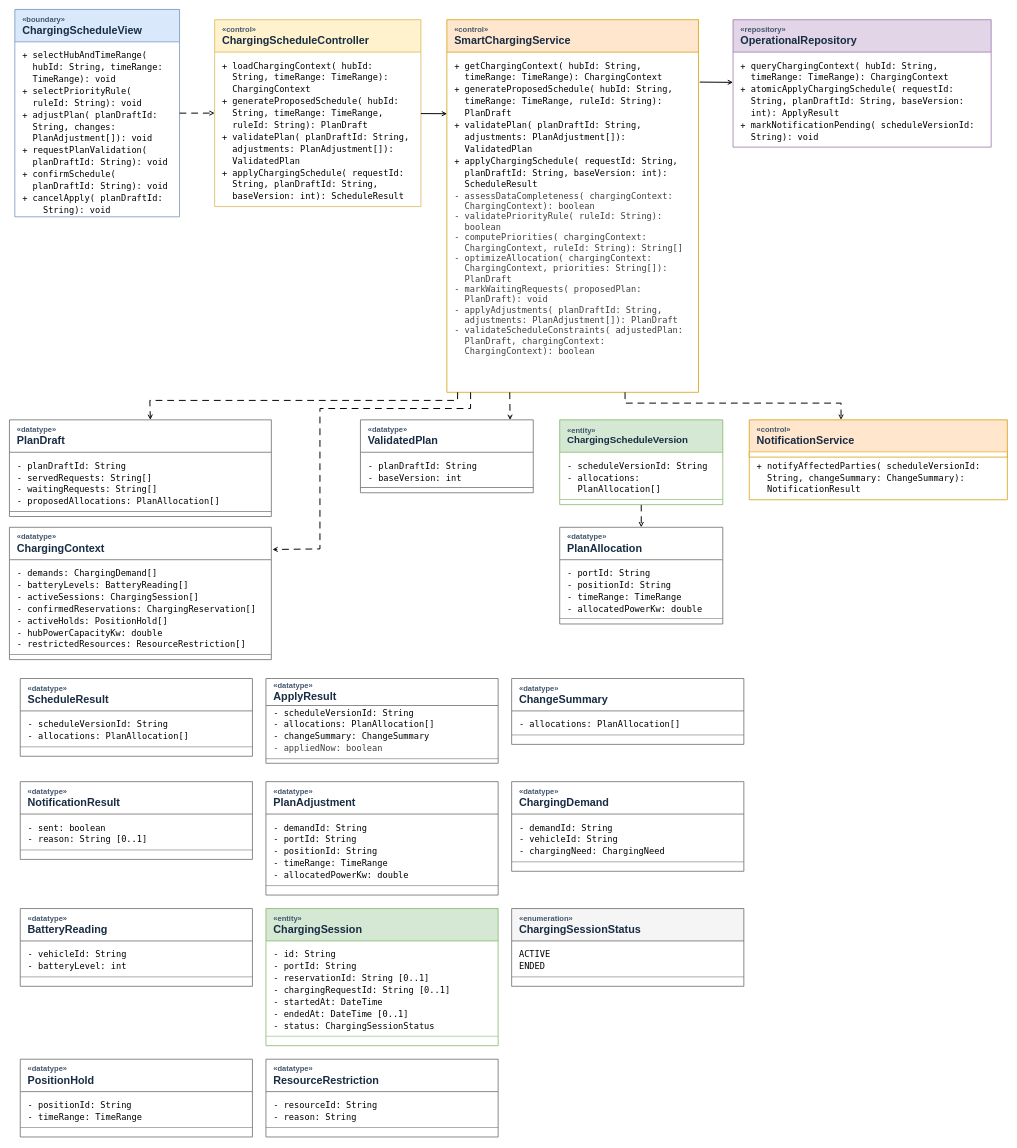
nhanbui304/smart-emobility-hub keeps this draw.io diagram as docs/hoangnhan_submission3/UC13.drawio. Above is the earlier version. Source tidied: cells renumbered, new cells numbered last; positions are measured from the earlier drawing's top-left corner, leaving out a move shared by most shapes. Both pictures are drawn from the tidied source at 54%, with x=0, y=0 at pixel (9, 9).
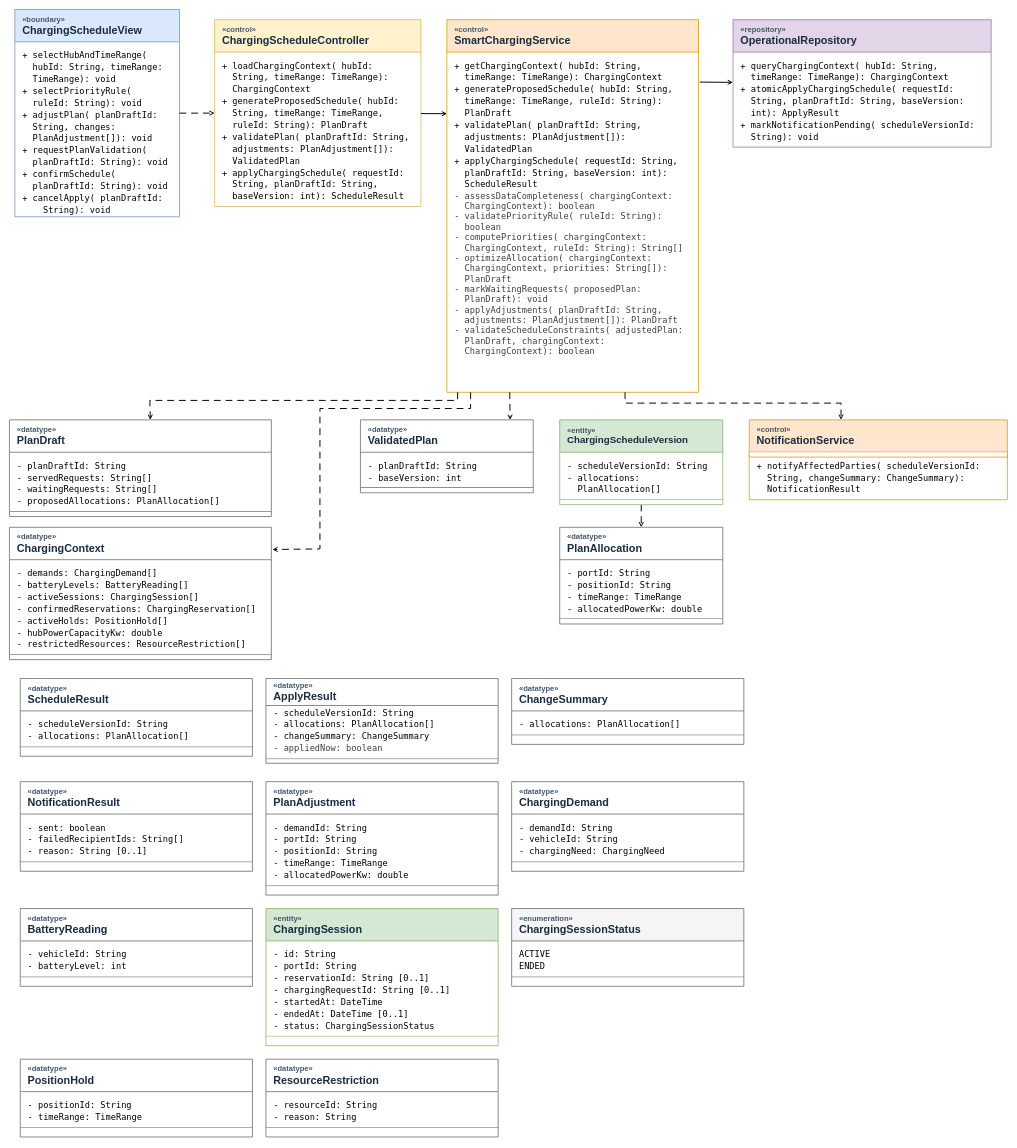
Above is the later version.

The change refers to these unchanged cells:
```xml
<mxCell id="10" value="&lt;div style=&quot;font-size:14px;color:#42566c;&quot;&gt;«datatype»&lt;/div&gt;&lt;div style=&quot;font-size:20px;font-weight:bold;&quot;&gt;PlanDraft&lt;/div&gt;" style="swimlane;startSize=60;horizontal=1;html=1;rounded=0;align=left;verticalAlign=middle;spacingLeft=12;fontColor=#182C43;fillColor=#ffffff;swimlaneFillColor=#ffffff;strokeColor=#666666;strokeWidth=1.4;" parent="1" vertex="1">
  <mxGeometry y="760" width="485" height="170" as="geometry" />
</mxCell>
<mxCell id="12" value="&lt;div style=&quot;font-family:DejaVu Sans Mono, monospace;font-size:16px;line-height:22px;&quot;&gt;- planDraftId: String&lt;br&gt;- servedRequests: String[]&lt;br&gt;- waitingRequests: String[]&lt;/div&gt;&lt;div style=&quot;font-family:DejaVu Sans Mono, monospace;font-size:16px;line-height:22px;&quot;&gt;- proposedAllocations: PlanAllocation[]&lt;/div&gt;" style="text;html=1;align=left;verticalAlign=top;spacingTop=8;spacingLeft=12;strokeColor=none;fillColor=none;whiteSpace=wrap;overflow=hidden;" parent="10" vertex="1">
  <mxGeometry y="60" width="485" height="110" as="geometry" />
</mxCell>
```

What changed in the source:
```diff
@@
-    <mxCell id="11" style="edgeStyle=none;html=1;" parent="10" edge="1" source="12" target="10">
-      <mxGeometry relative="1" as="geometry" />
-    </mxCell>
@@
     <mxCell id="44" value="&lt;div style=&quot;font-size:14px;color:#42566c;&quot;&gt;«datatype»&lt;/div&gt;&lt;div style=&quot;font-size:20px;font-weight:bold;&quot;&gt;NotificationResult&lt;/div&gt;" style="swimlane;startSize=60;horizontal=1;html=1;rounded=0;align=left;verticalAlign=middle;spacingLeft=12;fontColor=#182C43;fillColor=#ffffff;swimlaneFillColor=#ffffff;strokeColor=#666666;strokeWidth=1.4;" parent="1" vertex="1">
-      <mxGeometry x="20" y="1430" width="430" height="144" as="geometry" />
+      <mxGeometry x="20" y="1430" width="430" height="166" as="geometry" />
     </mxCell>
-    <mxCell id="45" value="&lt;div style=&quot;font-family:DejaVu Sans Mono, monospace;font-size:16px;line-height:22px;&quot;&gt;- sent: boolean&lt;br&gt;- reason: String [0..1]&lt;/div&gt;" style="text;html=1;align=left;verticalAlign=top;spacingTop=8;spacingLeft=12;strokeColor=none;fillColor=none;whiteSpace=wrap;overflow=hidden;" parent="44" vertex="1">
-      <mxGeometry y="60" width="430" height="66" as="geometry" />
+    <mxCell id="45" value="&lt;div style=&quot;font-family:DejaVu Sans Mono, monospace;font-size:16px;line-height:22px;&quot;&gt;- sent: boolean&lt;br&gt;- failedRecipientIds: String[]&lt;br&gt;- reason: String [0..1]&lt;/div&gt;" style="text;html=1;align=left;verticalAlign=top;spacingTop=8;spacingLeft=12;strokeColor=none;fillColor=none;whiteSpace=wrap;overflow=hidden;" parent="44" vertex="1">
+      <mxGeometry y="60" width="430" height="88" as="geometry" />
     </mxCell>
     <mxCell id="46" style="shape=line;strokeColor=#666666;" parent="44" vertex="1">
-      <mxGeometry y="126" width="430" height="1" as="geometry" />
+      <mxGeometry y="148" width="430" height="1" as="geometry" />
     </mxCell>
     <mxCell id="47" value="&lt;div style=&quot;font-family:DejaVu Sans Mono, monospace;font-size:16px;line-height:22px;&quot;&gt;&lt;/div&gt;" style="text;html=1;align=left;verticalAlign=top;spacingTop=8;spacingLeft=12;strokeColor=none;fillColor=none;whiteSpace=wrap;overflow=hidden;" parent="44" vertex="1">
-      <mxGeometry y="126" width="430" height="18" as="geometry" />
+      <mxGeometry y="148" width="430" height="18" as="geometry" />
     </mxCell>
```
